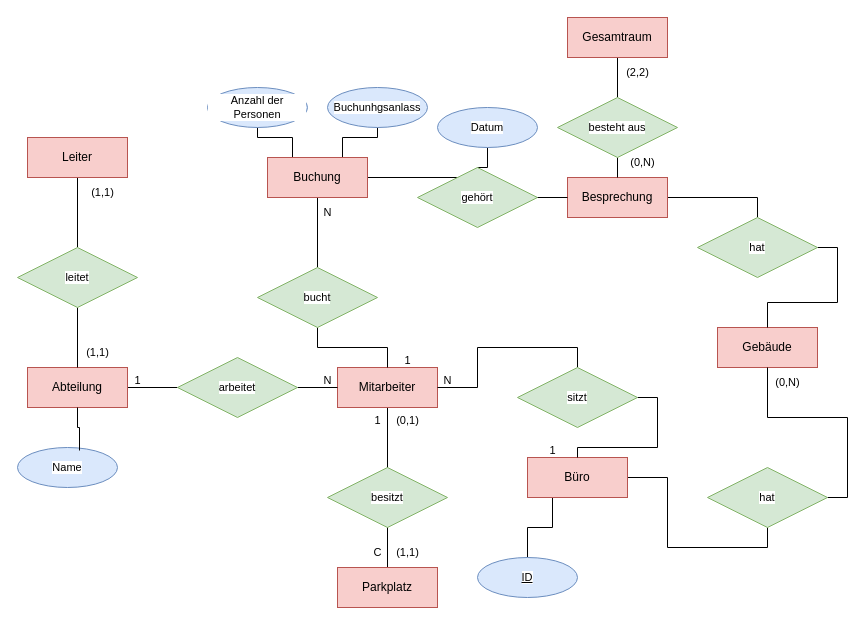
Earlier version of the draw.io diagram Aufgabe4üb2.drawio (mesh98a/Datenbank). Source tidied: cells renumbered, new cells numbered last; positions are measured from the earlier drawing's top-left corner, leaving out a move shared by most shapes. Both pictures are drawn from the tidied source at 100%, with x=0, y=0 at pixel (17, 17).
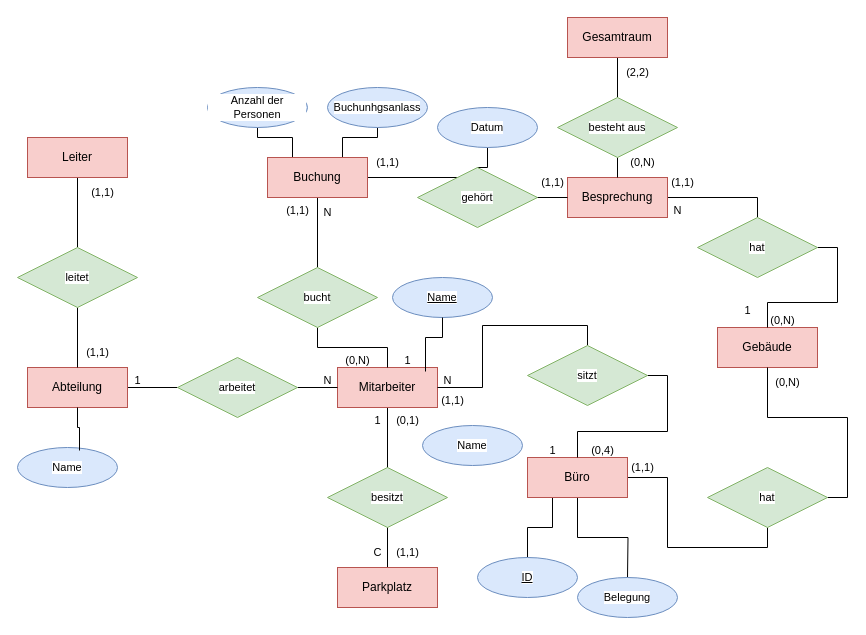
The same diagram, later.

The change refers to these unchanged cells:
```xml
<mxCell id="6" value="Büro" style="whiteSpace=wrap;html=1;align=center;fillColor=#f8cecc;strokeColor=#b85450;" parent="1" vertex="1">
  <mxGeometry x="510" y="440" width="100" height="40" as="geometry" />
</mxCell>
<mxCell id="59" value="1" style="text;html=1;align=center;verticalAlign=middle;points=[];strokeColor=none;fillColor=none;fontFamily=Helvetica;fontSize=11;fontColor=default;labelBackgroundColor=default;" parent="1" vertex="1">
  <mxGeometry x="375" y="328" width="30" height="30" as="geometry" />
</mxCell>
```

Diff of the diagram source:
```diff
@@
+    <mxCell id="61" style="edgeStyle=orthogonalEdgeStyle;rounded=0;jettySize=auto;html=1;exitX=0.5;exitY=1;exitDx=0;exitDy=0;entryX=0.5;entryY=0;entryDx=0;entryDy=0;strokeColor=default;align=center;verticalAlign=middle;fontFamily=Helvetica;fontSize=11;fontColor=default;labelBackgroundColor=default;endArrow=none;endFill=0;" parent="1" edge="1" source="6">
+      <mxGeometry relative="1" as="geometry">
+        <mxPoint x="610" y="560" as="targetPoint" />
+      </mxGeometry>
+    </mxCell>
@@
     <mxCell id="31" value="sitzt" style="shape=rhombus;perimeter=rhombusPerimeter;whiteSpace=wrap;html=1;align=center;fontFamily=Helvetica;fontSize=11;labelBackgroundColor=default;fillColor=#d5e8d4;strokeColor=#82b366;" parent="1" vertex="1">
-      <mxGeometry x="500" y="350" width="120" height="60" as="geometry" />
+      <mxGeometry x="510" y="328" width="120" height="60" as="geometry" />
     </mxCell>
@@
+    <mxCell id="62" value="(0,N)" style="text;html=1;align=center;verticalAlign=middle;strokeColor=none;fillColor=none;fontFamily=Helvetica;fontSize=11;fontColor=default;labelBackgroundColor=default;" parent="1" vertex="1">
+      <mxGeometry x="740" y="288" width="50" height="30" as="geometry" />
+    </mxCell>
+    <mxCell id="63" value="(1,1)" style="text;html=1;align=center;verticalAlign=middle;strokeColor=none;fillColor=none;fontFamily=Helvetica;fontSize=11;fontColor=default;labelBackgroundColor=default;" parent="1" vertex="1">
+      <mxGeometry x="640" y="150" width="50" height="30" as="geometry" />
+    </mxCell>
+    <mxCell id="64" value="(1,1)" style="text;html=1;align=center;verticalAlign=middle;strokeColor=none;fillColor=none;fontFamily=Helvetica;fontSize=11;fontColor=default;labelBackgroundColor=default;" parent="1" vertex="1">
+      <mxGeometry x="600" y="435" width="50" height="30" as="geometry" />
+    </mxCell>
+    <mxCell id="65" value="Belegung" style="ellipse;whiteSpace=wrap;html=1;align=center;fontFamily=Helvetica;fontSize=11;labelBackgroundColor=default;fillColor=#dae8fc;strokeColor=#6c8ebf;" parent="1" vertex="1">
+      <mxGeometry x="560" y="560" width="100" height="40" as="geometry" />
+    </mxCell>
+    <mxCell id="66" value="(0,4)" style="text;html=1;align=center;verticalAlign=middle;strokeColor=none;fillColor=none;fontFamily=Helvetica;fontSize=11;fontColor=default;labelBackgroundColor=default;" parent="1" vertex="1">
+      <mxGeometry x="560" y="418" width="50" height="30" as="geometry" />
+    </mxCell>
+    <mxCell id="67" value="(1,1)" style="text;html=1;align=center;verticalAlign=middle;strokeColor=none;fillColor=none;fontFamily=Helvetica;fontSize=11;fontColor=default;labelBackgroundColor=default;" parent="1" vertex="1">
+      <mxGeometry x="410" y="368" width="50" height="30" as="geometry" />
+    </mxCell>
+    <mxCell id="68" value="(1,1)" style="text;html=1;align=center;verticalAlign=middle;strokeColor=none;fillColor=none;fontFamily=Helvetica;fontSize=11;fontColor=default;labelBackgroundColor=default;" parent="1" vertex="1">
+      <mxGeometry x="255" y="178" width="50" height="30" as="geometry" />
+    </mxCell>
+    <mxCell id="69" value="(0,N)" style="text;html=1;align=center;verticalAlign=middle;strokeColor=none;fillColor=none;fontFamily=Helvetica;fontSize=11;fontColor=default;labelBackgroundColor=default;" parent="1" vertex="1">
+      <mxGeometry x="315" y="328" width="50" height="30" as="geometry" />
+    </mxCell>
+    <mxCell id="70" value="(1,1)" style="text;html=1;align=center;verticalAlign=middle;strokeColor=none;fillColor=none;fontFamily=Helvetica;fontSize=11;fontColor=default;labelBackgroundColor=default;" parent="1" vertex="1">
+      <mxGeometry x="345" y="130" width="50" height="30" as="geometry" />
+    </mxCell>
+    <mxCell id="71" value="(1,1)" style="text;html=1;align=center;verticalAlign=middle;strokeColor=none;fillColor=none;fontFamily=Helvetica;fontSize=11;fontColor=default;labelBackgroundColor=default;" parent="1" vertex="1">
+      <mxGeometry x="510" y="150" width="50" height="30" as="geometry" />
+    </mxCell>
+    <mxCell id="72" value="1" style="text;html=1;align=center;verticalAlign=middle;strokeColor=none;fillColor=none;fontFamily=Helvetica;fontSize=11;fontColor=default;labelBackgroundColor=default;" parent="1" vertex="1">
+      <mxGeometry x="715" y="278" width="30" height="30" as="geometry" />
+    </mxCell>
+    <mxCell id="73" value="N" style="text;html=1;align=center;verticalAlign=middle;strokeColor=none;fillColor=none;fontFamily=Helvetica;fontSize=11;fontColor=default;labelBackgroundColor=default;" parent="1" vertex="1">
+      <mxGeometry x="645" y="178" width="30" height="30" as="geometry" />
+    </mxCell>
+    <mxCell id="74" value="Name" style="ellipse;whiteSpace=wrap;html=1;align=center;fontFamily=Helvetica;fontSize=11;labelBackgroundColor=default;fillColor=#dae8fc;strokeColor=#6c8ebf;" parent="1" vertex="1">
+      <mxGeometry x="405" y="408" width="100" height="40" as="geometry" />
+    </mxCell>
+    <mxCell id="75" value="&lt;u&gt;Name&lt;/u&gt;" style="ellipse;whiteSpace=wrap;html=1;align=center;fontFamily=Helvetica;fontSize=11;labelBackgroundColor=default;fillColor=#dae8fc;strokeColor=#6c8ebf;" parent="1" vertex="1">
+      <mxGeometry x="375" y="260" width="100" height="40" as="geometry" />
+    </mxCell>
+    <mxCell id="76" style="edgeStyle=orthogonalEdgeStyle;rounded=0;jettySize=auto;html=1;exitX=0.5;exitY=1;exitDx=0;exitDy=0;entryX=1.1;entryY=0.867;entryDx=0;entryDy=0;entryPerimeter=0;strokeColor=default;align=center;verticalAlign=middle;fontFamily=Helvetica;fontSize=11;fontColor=default;labelBackgroundColor=default;endArrow=none;endFill=0;" parent="1" edge="1" source="75" target="59">
+      <mxGeometry relative="1" as="geometry" />
+    </mxCell>
```
